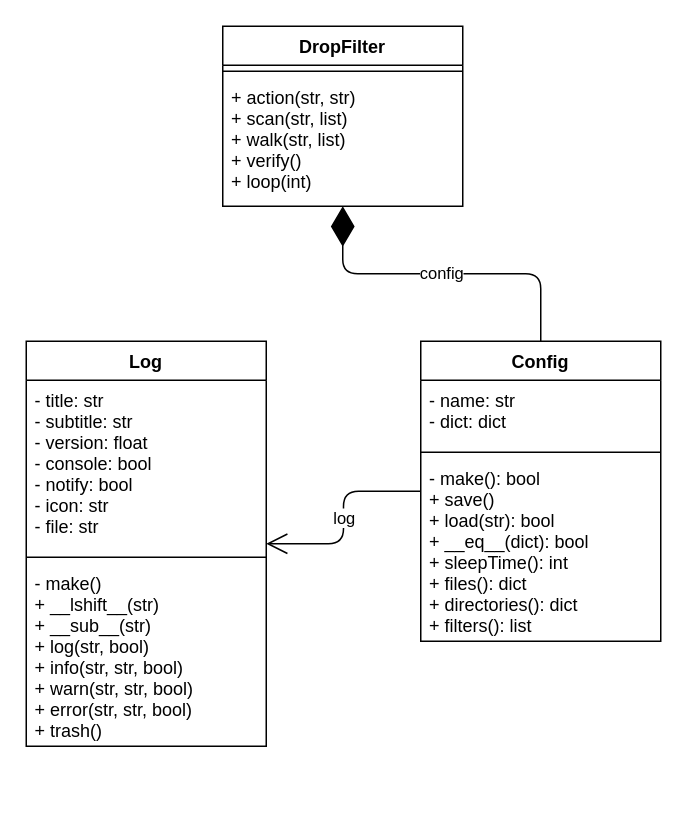
Zvorky/DropFilter keeps this draw.io diagram as Docs/ClassDiagram.drawio. Above is the earlier version. Source tidied: cells renumbered, new cells numbered last; positions are measured from the earlier drawing's top-left corner, leaving out a move shared by most shapes. Both pictures are drawn from the tidied source at 150%, with x=0, y=0 at pixel (26, 26).
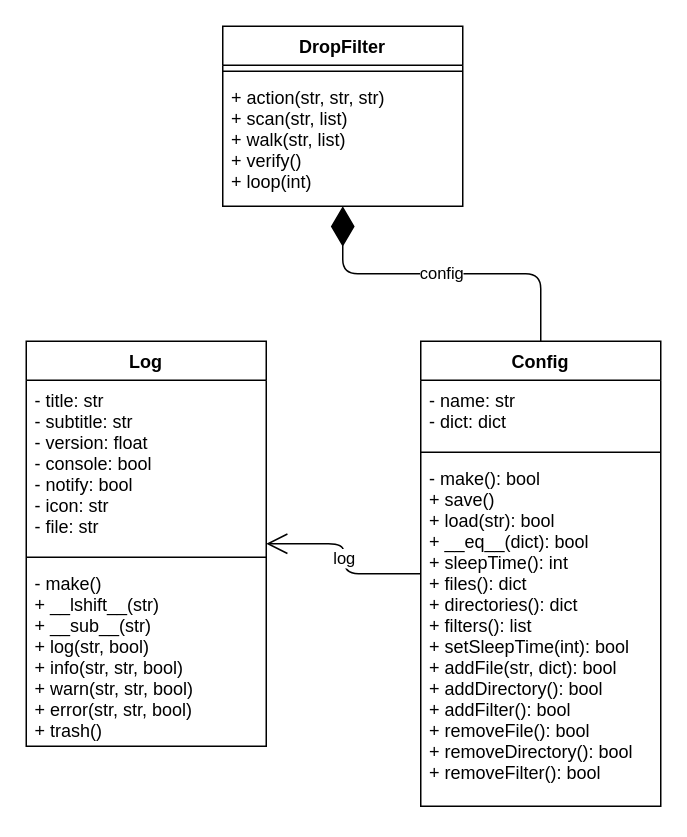
The same diagram, later.

Commit message:
Config file operations

The edit, as a diff of the source:
```diff
@@
 <mxGraphModel>
   <root>
     <mxCell id="0" />
     <mxCell id="1" parent="0" />
     <mxCell id="2" value="Log" style="swimlane;fontStyle=1;align=center;verticalAlign=top;horizontal=1;startSize=26;rounded=0;" parent="1" vertex="1">
       <mxGeometry y="210" width="160" height="270" as="geometry" />
     </mxCell>
     <mxCell id="3" value="- title: str&#10;- subtitle: str&#10;- version: float&#10;- console: bool&#10;- notify: bool&#10;- icon: str&#10;- file: str" style="text;strokeColor=none;fillColor=none;align=left;verticalAlign=top;spacingLeft=4;spacingRight=4;overflow=hidden;rounded=0;" parent="2" vertex="1">
       <mxGeometry y="26" width="160" height="114" as="geometry" />
     </mxCell>
     <mxCell id="4" style="line;strokeWidth=1;fillColor=none;align=left;verticalAlign=middle;spacingTop=-1;spacingLeft=3;spacingRight=3;labelPosition=right;strokeColor=inherit;rounded=0;" parent="2" vertex="1">
       <mxGeometry y="140" width="160" height="8" as="geometry" />
     </mxCell>
     <mxCell id="5" value="- make()&#10;+ __lshift__(str)&#10;+ __sub__(str)&#10;+ log(str, bool)&#10;+ info(str, str, bool)&#10;+ warn(str, str, bool)&#10;+ error(str, str, bool)&#10;+ trash()" style="text;strokeColor=none;fillColor=none;align=left;verticalAlign=top;spacingLeft=4;spacingRight=4;overflow=hidden;rounded=0;" parent="2" vertex="1">
       <mxGeometry y="148" width="160" height="122" as="geometry" />
     </mxCell>
     <mxCell id="6" value="Config" style="swimlane;fontStyle=1;align=center;verticalAlign=top;horizontal=1;startSize=26;rounded=0;" parent="1" vertex="1">
-      <mxGeometry x="263" y="210" width="160" height="200" as="geometry" />
+      <mxGeometry x="263" y="210" width="160" height="310" as="geometry" />
     </mxCell>
     <mxCell id="7" value="- name: str&#10;- dict: dict" style="text;strokeColor=none;fillColor=none;align=left;verticalAlign=top;spacingLeft=4;spacingRight=4;overflow=hidden;rounded=0;" parent="6" vertex="1">
       <mxGeometry y="26" width="160" height="44" as="geometry" />
     </mxCell>
     <mxCell id="8" style="line;strokeWidth=1;fillColor=none;align=left;verticalAlign=middle;spacingTop=-1;spacingLeft=3;spacingRight=3;labelPosition=right;strokeColor=inherit;rounded=0;" parent="6" vertex="1">
       <mxGeometry y="70" width="160" height="8" as="geometry" />
     </mxCell>
-    <mxCell id="9" value="- make(): bool&#10;+ save()&#10;+ load(str): bool&#10;+ __eq__(dict): bool&#10;+ sleepTime(): int&#10;+ files(): dict&#10;+ directories(): dict&#10;+ filters(): list" style="text;strokeColor=none;fillColor=none;align=left;verticalAlign=top;spacingLeft=4;spacingRight=4;overflow=hidden;rounded=0;" parent="6" vertex="1">
-      <mxGeometry y="78" width="160" height="122" as="geometry" />
+    <mxCell id="9" value="- make(): bool&#10;+ save()&#10;+ load(str): bool&#10;+ __eq__(dict): bool&#10;+ sleepTime(): int&#10;+ files(): dict&#10;+ directories(): dict&#10;+ filters(): list&#10;+ setSleepTime(int): bool&#10;+ addFile(str, dict): bool&#10;+ addDirectory(): bool&#10;+ addFilter(): bool&#10;+ removeFile(): bool&#10;+ removeDirectory(): bool&#10;+ removeFilter(): bool" style="text;strokeColor=none;fillColor=none;align=left;verticalAlign=top;spacingLeft=4;spacingRight=4;overflow=hidden;rounded=0;" parent="6" vertex="1">
+      <mxGeometry y="78" width="160" height="232" as="geometry" />
     </mxCell>
     <mxCell id="10" value="DropFilter" style="swimlane;fontStyle=1;align=center;verticalAlign=top;horizontal=1;startSize=26;rounded=0;" parent="1" vertex="1">
       <mxGeometry x="131" width="160" height="120" as="geometry" />
     </mxCell>
     <mxCell id="11" style="line;strokeWidth=1;fillColor=none;align=left;verticalAlign=middle;spacingTop=-1;spacingLeft=3;spacingRight=3;labelPosition=right;strokeColor=inherit;rounded=0;" parent="10" vertex="1">
       <mxGeometry y="26" width="160" height="8" as="geometry" />
     </mxCell>
-    <mxCell id="12" value="+ action(str, str)&#10;+ scan(str, list)&#10;+ walk(str, list)&#10;+ verify()&#10;+ loop(int)" style="text;strokeColor=none;fillColor=none;align=left;verticalAlign=top;spacingLeft=4;spacingRight=4;overflow=hidden;rounded=0;" parent="10" vertex="1">
+    <mxCell id="12" value="+ action(str, str, str)&#10;+ scan(str, list)&#10;+ walk(str, list)&#10;+ verify()&#10;+ loop(int)" style="text;strokeColor=none;fillColor=none;align=left;verticalAlign=top;spacingLeft=4;spacingRight=4;overflow=hidden;rounded=0;" parent="10" vertex="1">
       <mxGeometry y="34" width="160" height="86" as="geometry" />
     </mxCell>
     <mxCell id="13" value="config" style="endArrow=diamondThin;endFill=1;endSize=24;html=1;edgeStyle=orthogonalEdgeStyle;" parent="1" edge="1" source="6" target="10">
       <mxGeometry relative="1" as="geometry" />
     </mxCell>
     <mxCell id="14" value="log" style="endArrow=open;endFill=1;endSize=12;html=1;edgeStyle=orthogonalEdgeStyle;" parent="1" edge="1" source="6" target="2">
       <mxGeometry relative="1" as="geometry" />
     </mxCell>
   </root>
 </mxGraphModel>
```
